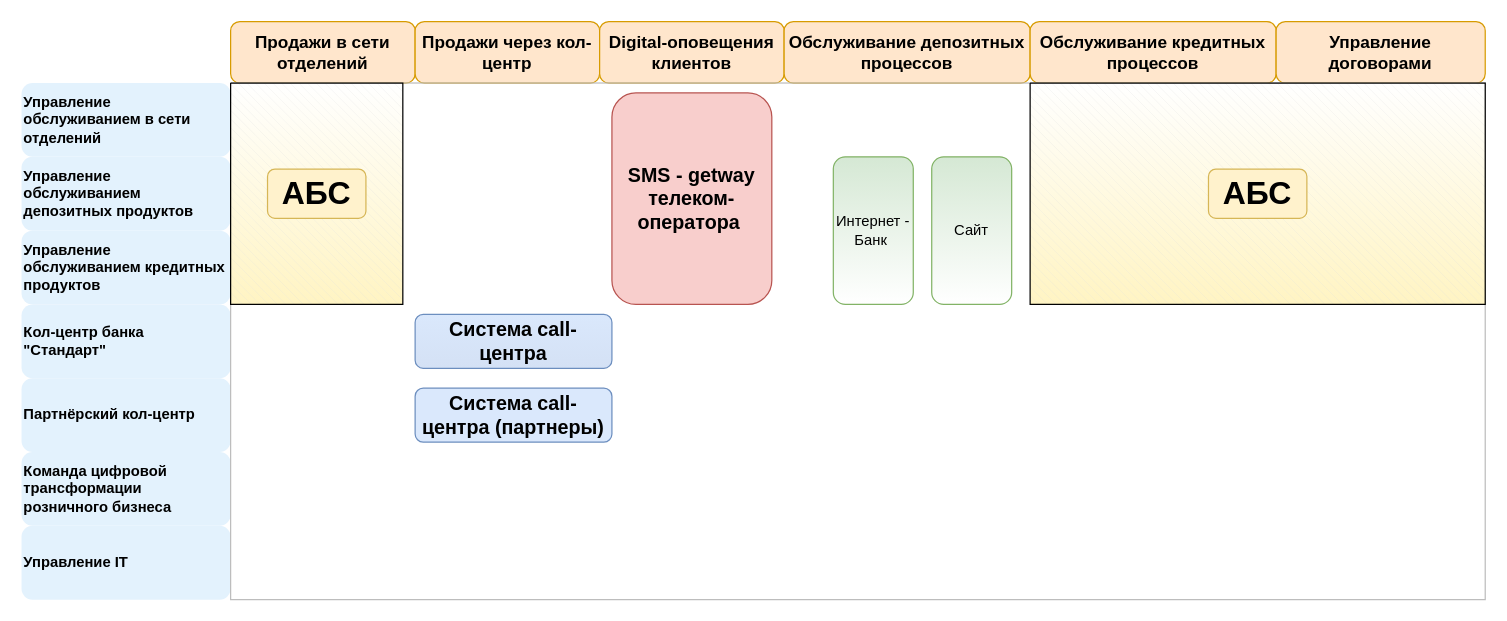
Above: page "Схема интеграции" (1 of 2) of Task1/it_landscape.drawio in ShkelMikhail/architecture-standart (draw.io), before the change. Source tidied: cells renumbered, new cells numbered last; positions are measured from the earlier drawing's top-left corner, leaving out a move shared by most shapes. Both pictures are drawn from the tidied source at 123%, with x=0, y=0 at pixel (21, 21).
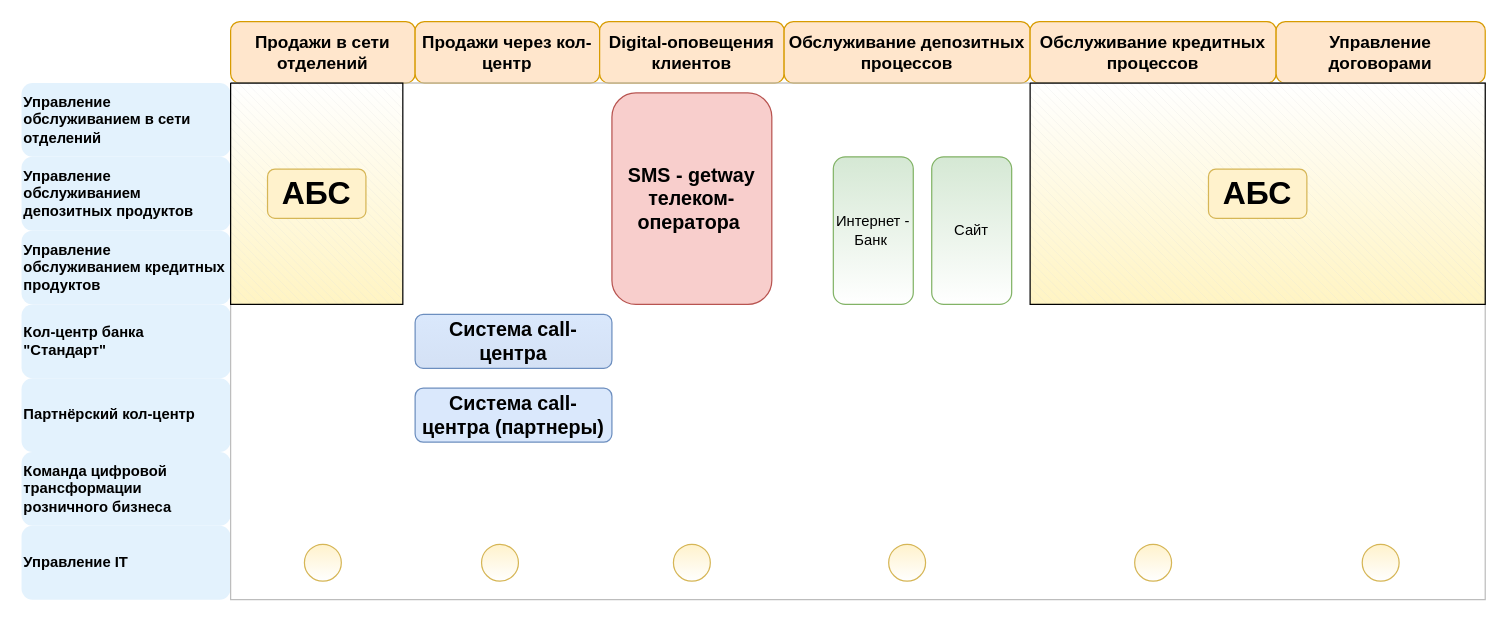
After the change.

What changed in the source:
```diff
@@
+    <mxCell id="25" style="ellipse;whiteSpace=wrap;html=1;fillColor=#fff2cc;strokeColor=#d6b656;gradientColor=#FFFFFF;" parent="1" vertex="1">
+      <mxGeometry x="230" y="425" width="30" height="30" as="geometry" />
+    </mxCell>
+    <mxCell id="26" style="ellipse;whiteSpace=wrap;html=1;fillColor=#fff2cc;strokeColor=#d6b656;gradientColor=#FFFFFF;" parent="1" vertex="1">
+      <mxGeometry x="374" y="425" width="30" height="30" as="geometry" />
+    </mxCell>
+    <mxCell id="27" style="ellipse;whiteSpace=wrap;html=1;fillColor=#fff2cc;strokeColor=#d6b656;gradientColor=#FFFFFF;" parent="1" vertex="1">
+      <mxGeometry x="530" y="425" width="30" height="30" as="geometry" />
+    </mxCell>
+    <mxCell id="28" style="ellipse;whiteSpace=wrap;html=1;fillColor=#fff2cc;strokeColor=#d6b656;gradientColor=#FFFFFF;" parent="1" vertex="1">
+      <mxGeometry x="705" y="425" width="30" height="30" as="geometry" />
+    </mxCell>
+    <mxCell id="29" style="ellipse;whiteSpace=wrap;html=1;fillColor=#fff2cc;strokeColor=#d6b656;gradientColor=#FFFFFF;" parent="1" vertex="1">
+      <mxGeometry x="905" y="425" width="30" height="30" as="geometry" />
+    </mxCell>
+    <mxCell id="30" style="ellipse;whiteSpace=wrap;html=1;fillColor=#fff2cc;strokeColor=#d6b656;gradientColor=#FFFFFF;" parent="1" vertex="1">
+      <mxGeometry x="1090" y="425" width="30" height="30" as="geometry" />
+    </mxCell>
```
